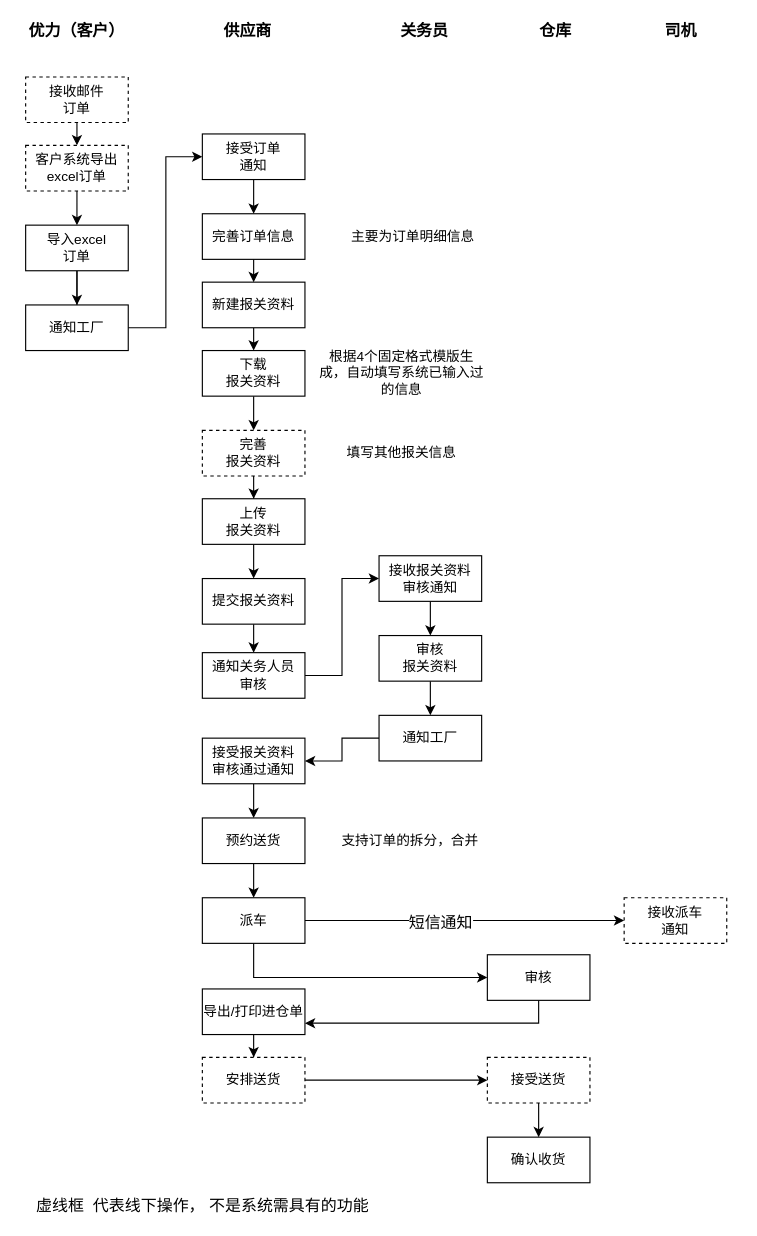
This is page "业务流程图" (1 of 8) of wbooking docs/进区预约系统.drawio from sxc-one/e-conitl, a draw.io file, before an edit. Source tidied: cells renumbered, new cells numbered last; positions are measured from the earlier drawing's top-left corner, leaving out a move shared by most shapes. Both pictures are drawn from the tidied source at 114%, with x=0, y=0 at pixel (19, 19).
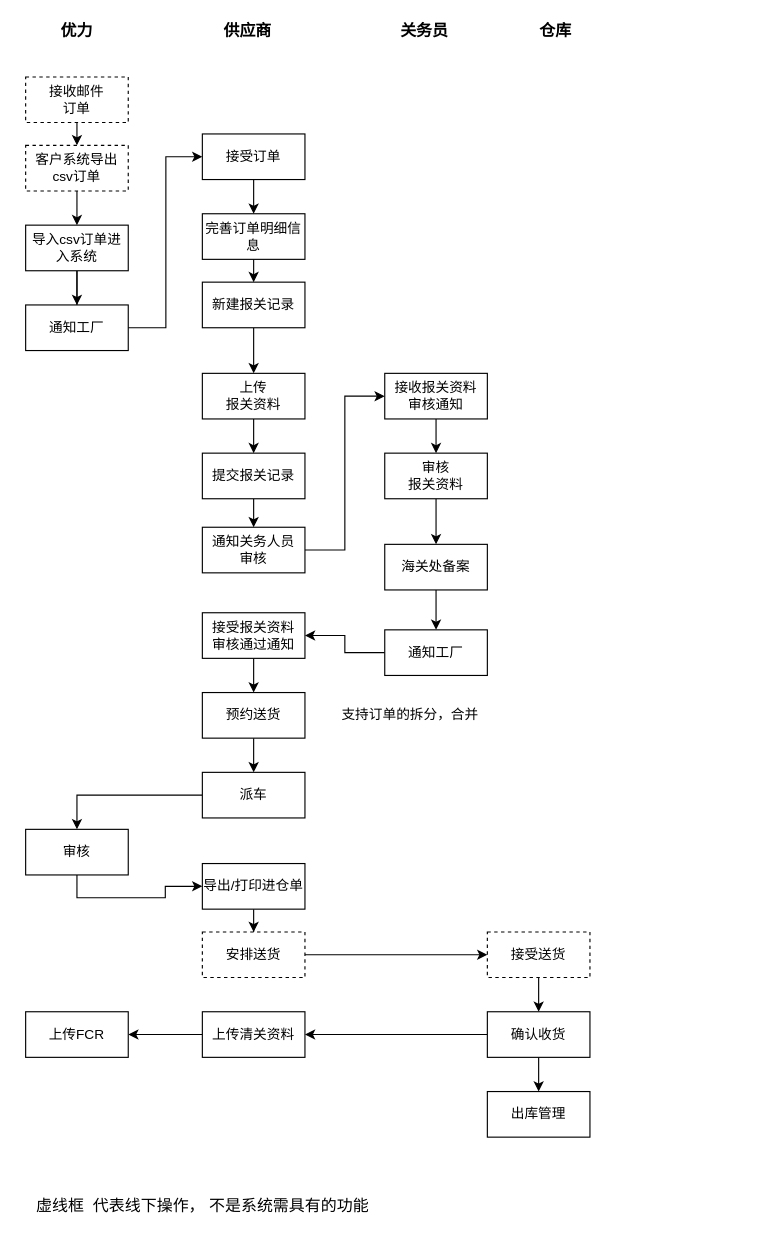
The same diagram, later.

Commit message:
Update 进区预约系统.drawio

Diff of the diagram source:
```diff
@@
-    <mxCell id="2" value="优力（客户）" style="text;html=1;strokeColor=none;fillColor=none;align=center;verticalAlign=middle;whiteSpace=wrap;rounded=0;fontSize=14;fontStyle=1;" parent="1" vertex="1">
+    <mxCell id="2" value="优力" style="text;html=1;strokeColor=none;fillColor=none;align=center;verticalAlign=middle;whiteSpace=wrap;rounded=0;fontSize=14;fontStyle=1;" parent="1" vertex="1">
       <mxGeometry width="100" height="20" as="geometry" />
     </mxCell>
@@
-    <mxCell id="8" value="客户系统导出&lt;br&gt;excel订单" style="rounded=0;whiteSpace=wrap;html=1;dashed=1;" parent="1" vertex="1">
+    <mxCell id="8" value="客户系统导出&lt;br&gt;csv订单" style="rounded=0;whiteSpace=wrap;html=1;dashed=1;" parent="1" vertex="1">
       <mxGeometry x="5" y="110" width="90" height="40" as="geometry" />
     </mxCell>
@@
-    <mxCell id="10" value="完善订单信息" style="rounded=0;whiteSpace=wrap;html=1;" parent="1" vertex="1">
+    <mxCell id="10" value="完善订单明细信息" style="rounded=0;whiteSpace=wrap;html=1;" parent="1" vertex="1">
       <mxGeometry x="160" y="170" width="90" height="40" as="geometry" />
     </mxCell>
-    <mxCell id="11" style="edgeStyle=orthogonalEdgeStyle;rounded=0;jettySize=auto;html=1;entryX=0.5;entryY=0;entryDx=0;entryDy=0;" parent="1" edge="1" source="12" target="14">
-      <mxGeometry relative="1" as="geometry" />
-    </mxCell>
-    <mxCell id="12" value="下载&lt;br&gt;报关资料" style="rounded=0;whiteSpace=wrap;html=1;" parent="1" vertex="1">
-      <mxGeometry x="160" y="290" width="90" height="40" as="geometry" />
-    </mxCell>
-    <mxCell id="13" style="edgeStyle=orthogonalEdgeStyle;rounded=0;jettySize=auto;html=1;entryX=0.5;entryY=0;entryDx=0;entryDy=0;" parent="1" edge="1" source="14" target="21">
-      <mxGeometry relative="1" as="geometry" />
-    </mxCell>
-    <mxCell id="14" value="完善&lt;br&gt;报关资料" style="rounded=0;whiteSpace=wrap;html=1;dashed=1;" parent="1" vertex="1">
-      <mxGeometry x="160" y="360" width="90" height="40" as="geometry" />
-    </mxCell>
@@
-    <mxCell id="17" value="导入excel&lt;br&gt;订单" style="rounded=0;whiteSpace=wrap;html=1;" parent="1" vertex="1">
+    <mxCell id="17" value="导入csv订单进入系统" style="rounded=0;whiteSpace=wrap;html=1;" parent="1" vertex="1">
       <mxGeometry x="5" y="180" width="90" height="40" as="geometry" />
     </mxCell>
@@
-    <mxCell id="19" value="接受订单&lt;br&gt;通知" style="rounded=0;whiteSpace=wrap;html=1;" parent="1" vertex="1">
+    <mxCell id="19" value="接受订单" style="rounded=0;whiteSpace=wrap;html=1;" parent="1" vertex="1">
       <mxGeometry x="160" y="100" width="90" height="40" as="geometry" />
     </mxCell>
@@
     <mxCell id="21" value="上传&lt;br&gt;报关资料" style="rounded=0;whiteSpace=wrap;html=1;" parent="1" vertex="1">
-      <mxGeometry x="160" y="420" width="90" height="40" as="geometry" />
+      <mxGeometry x="160" y="310" width="90" height="40" as="geometry" />
     </mxCell>
@@
-    <mxCell id="23" value="提交报关资料" style="rounded=0;whiteSpace=wrap;html=1;" parent="1" vertex="1">
-      <mxGeometry x="160" y="490" width="90" height="40" as="geometry" />
+    <mxCell id="23" value="提交报关记录" style="rounded=0;whiteSpace=wrap;html=1;" parent="1" vertex="1">
+      <mxGeometry x="160" y="380" width="90" height="40" as="geometry" />
     </mxCell>
@@
     <mxCell id="25" value="通知关务人员&lt;br&gt;审核" style="rounded=0;whiteSpace=wrap;html=1;" parent="1" vertex="1">
-      <mxGeometry x="160" y="555" width="90" height="40" as="geometry" />
+      <mxGeometry x="160" y="445" width="90" height="40" as="geometry" />
     </mxCell>
-    <mxCell id="26" style="edgeStyle=orthogonalEdgeStyle;rounded=0;jettySize=auto;html=1;" parent="1" edge="1" source="27">
-      <mxGeometry relative="1" as="geometry">
-        <mxPoint x="360" y="540" as="targetPoint" />
-      </mxGeometry>
-    </mxCell>
+    <mxCell id="60" style="edgeStyle=orthogonalEdgeStyle;rounded=0;jettySize=auto;html=1;exitX=0.5;exitY=1;exitDx=0;exitDy=0;entryX=0.5;entryY=0;entryDx=0;entryDy=0;" parent="1" edge="1" source="27" target="29">
+      <mxGeometry relative="1" as="geometry" />
+    </mxCell>
     <mxCell id="27" value="接收报关资料&lt;br&gt;审核通知" style="rounded=0;whiteSpace=wrap;html=1;" parent="1" vertex="1">
-      <mxGeometry x="315" y="470" width="90" height="40" as="geometry" />
+      <mxGeometry x="320" y="310" width="90" height="40" as="geometry" />
     </mxCell>
-    <mxCell id="28" style="edgeStyle=orthogonalEdgeStyle;rounded=0;jettySize=auto;html=1;entryX=0.5;entryY=0;entryDx=0;entryDy=0;" parent="1" edge="1" source="29" target="31">
-      <mxGeometry relative="1" as="geometry" />
-    </mxCell>
+    <mxCell id="61" style="edgeStyle=orthogonalEdgeStyle;rounded=0;jettySize=auto;html=1;exitX=0.5;exitY=1;exitDx=0;exitDy=0;entryX=0.5;entryY=0;entryDx=0;entryDy=0;" parent="1" edge="1" source="29" target="65">
+      <mxGeometry relative="1" as="geometry" />
+    </mxCell>
     <mxCell id="29" value="审核&lt;br&gt;报关资料" style="rounded=0;whiteSpace=wrap;html=1;" parent="1" vertex="1">
-      <mxGeometry x="315" y="540" width="90" height="40" as="geometry" />
+      <mxGeometry x="320" y="380" width="90" height="40" as="geometry" />
     </mxCell>
@@
     <mxCell id="31" value="通知工厂" style="rounded=0;whiteSpace=wrap;html=1;" parent="1" vertex="1">
-      <mxGeometry x="315" y="610" width="90" height="40" as="geometry" />
+      <mxGeometry x="320" y="535" width="90" height="40" as="geometry" />
     </mxCell>
@@
     <mxCell id="33" value="接受报关资料&lt;br&gt;审核通过通知" style="rounded=0;whiteSpace=wrap;html=1;" parent="1" vertex="1">
-      <mxGeometry x="160" y="630" width="90" height="40" as="geometry" />
+      <mxGeometry x="160" y="520" width="90" height="40" as="geometry" />
     </mxCell>
@@
     <mxCell id="35" value="预约送货" style="rounded=0;whiteSpace=wrap;html=1;" parent="1" vertex="1">
-      <mxGeometry x="160" y="700" width="90" height="40" as="geometry" />
+      <mxGeometry x="160" y="590" width="90" height="40" as="geometry" />
     </mxCell>
-    <mxCell id="36" style="edgeStyle=orthogonalEdgeStyle;rounded=0;jettySize=auto;html=1;entryX=0;entryY=0.5;entryDx=0;entryDy=0;fontSize=14;" parent="1" edge="1" source="39" target="51">
-      <mxGeometry relative="1" as="geometry" />
-    </mxCell>
-    <mxCell id="37" value="短信通知" style="edgeLabel;html=1;align=center;verticalAlign=middle;fontSize=14;" parent="36" vertex="1">
-      <mxGeometry x="-0.16" y="-1" relative="1" as="geometry" />
-    </mxCell>
-    <mxCell id="38" style="edgeStyle=orthogonalEdgeStyle;rounded=0;jettySize=auto;html=1;entryX=0;entryY=0.5;entryDx=0;entryDy=0;" parent="1" edge="1" source="39" target="54">
-      <mxGeometry relative="1" as="geometry">
-        <Array as="points">
-          <mxPoint x="205" y="840" />
-        </Array>
-      </mxGeometry>
+    <mxCell id="38" style="edgeStyle=orthogonalEdgeStyle;rounded=0;jettySize=auto;html=1;exitX=0;exitY=0.5;exitDx=0;exitDy=0;entryX=0.5;entryY=0;entryDx=0;entryDy=0;" parent="1" edge="1" source="39" target="54">
+      <mxGeometry relative="1" as="geometry" />
     </mxCell>
     <mxCell id="39" value="派车" style="rounded=0;whiteSpace=wrap;html=1;" parent="1" vertex="1">
-      <mxGeometry x="160" y="770" width="90" height="40" as="geometry" />
+      <mxGeometry x="160" y="660" width="90" height="40" as="geometry" />
     </mxCell>
@@
     <mxCell id="41" value="导出/打印进仓单" style="rounded=0;whiteSpace=wrap;html=1;" parent="1" vertex="1">
-      <mxGeometry x="160" y="850" width="90" height="40" as="geometry" />
+      <mxGeometry x="160" y="740" width="90" height="40" as="geometry" />
     </mxCell>
@@
     <mxCell id="44" value="安排送货" style="rounded=0;whiteSpace=wrap;html=1;dashed=1;" parent="1" vertex="1">
-      <mxGeometry x="160" y="910" width="90" height="40" as="geometry" />
+      <mxGeometry x="160" y="800" width="90" height="40" as="geometry" />
     </mxCell>
@@
     <mxCell id="46" value="接受送货" style="rounded=0;whiteSpace=wrap;html=1;dashed=1;" parent="1" vertex="1">
-      <mxGeometry x="410" y="910" width="90" height="40" as="geometry" />
+      <mxGeometry x="410" y="800" width="90" height="40" as="geometry" />
     </mxCell>
+    <mxCell id="62" style="edgeStyle=orthogonalEdgeStyle;rounded=0;jettySize=auto;html=1;exitX=0;exitY=0.5;exitDx=0;exitDy=0;" parent="1" edge="1" source="47">
+      <mxGeometry relative="1" as="geometry">
+        <mxPoint x="250" y="890" as="targetPoint" />
+      </mxGeometry>
+    </mxCell>
+    <mxCell id="63" style="edgeStyle=orthogonalEdgeStyle;rounded=0;jettySize=auto;html=1;exitX=0.5;exitY=1;exitDx=0;exitDy=0;" parent="1" edge="1" source="47">
+      <mxGeometry relative="1" as="geometry">
+        <mxPoint x="455" y="940" as="targetPoint" />
+      </mxGeometry>
+    </mxCell>
     <mxCell id="47" value="确认收货" style="rounded=0;whiteSpace=wrap;html=1;" parent="1" vertex="1">
-      <mxGeometry x="410" y="980" width="90" height="40" as="geometry" />
+      <mxGeometry x="410" y="870" width="90" height="40" as="geometry" />
     </mxCell>
-    <mxCell id="48" value="根据4个固定格式模版生成，自动填写系统已输入过的信息" style="text;html=1;strokeColor=none;fillColor=none;align=center;verticalAlign=middle;whiteSpace=wrap;rounded=0;" parent="1" vertex="1">
-      <mxGeometry x="260" y="300" width="150" height="20" as="geometry" />
-    </mxCell>
     <mxCell id="49" value="支持订单的拆分，合并" style="text;html=1;strokeColor=none;fillColor=none;align=center;verticalAlign=middle;whiteSpace=wrap;rounded=0;" parent="1" vertex="1">
-      <mxGeometry x="275" y="710" width="135" height="20" as="geometry" />
+      <mxGeometry x="275" y="600" width="135" height="20" as="geometry" />
     </mxCell>
-    <mxCell id="50" value="司机" style="text;html=1;strokeColor=none;fillColor=none;align=center;verticalAlign=middle;whiteSpace=wrap;rounded=0;fontSize=14;fontStyle=1;" parent="1" vertex="1">
-      <mxGeometry x="530" width="100" height="20" as="geometry" />
-    </mxCell>
-    <mxCell id="51" value="接收派车&lt;br&gt;通知" style="rounded=0;whiteSpace=wrap;html=1;dashed=1;" parent="1" vertex="1">
-      <mxGeometry x="530" y="770" width="90" height="40" as="geometry" />
-    </mxCell>
@@
-    <mxCell id="53" style="edgeStyle=orthogonalEdgeStyle;rounded=0;jettySize=auto;html=1;entryX=1;entryY=0.75;entryDx=0;entryDy=0;" parent="1" edge="1" source="54" target="41">
-      <mxGeometry relative="1" as="geometry">
-        <Array as="points">
-          <mxPoint x="455" y="880" />
-        </Array>
-      </mxGeometry>
+    <mxCell id="53" style="edgeStyle=orthogonalEdgeStyle;rounded=0;jettySize=auto;html=1;exitX=0.5;exitY=1;exitDx=0;exitDy=0;entryX=0;entryY=0.5;entryDx=0;entryDy=0;" parent="1" edge="1" source="54" target="41">
+      <mxGeometry relative="1" as="geometry" />
     </mxCell>
     <mxCell id="54" value="审核" style="rounded=0;whiteSpace=wrap;html=1;" parent="1" vertex="1">
-      <mxGeometry x="410" y="820" width="90" height="40" as="geometry" />
+      <mxGeometry x="5" y="710" width="90" height="40" as="geometry" />
     </mxCell>
-    <mxCell id="55" style="edgeStyle=orthogonalEdgeStyle;rounded=0;jettySize=auto;html=1;" parent="1" edge="1" source="56">
-      <mxGeometry relative="1" as="geometry">
-        <mxPoint x="205" y="290" as="targetPoint" />
-      </mxGeometry>
+    <mxCell id="55" style="edgeStyle=orthogonalEdgeStyle;rounded=0;jettySize=auto;html=1;entryX=0.5;entryY=0;entryDx=0;entryDy=0;" parent="1" edge="1" source="56" target="21">
+      <mxGeometry relative="1" as="geometry" />
     </mxCell>
-    <mxCell id="56" value="新建报关资料" style="rounded=0;whiteSpace=wrap;html=1;" parent="1" vertex="1">
+    <mxCell id="56" value="新建报关记录" style="rounded=0;whiteSpace=wrap;html=1;" parent="1" vertex="1">
       <mxGeometry x="160" y="230" width="90" height="40" as="geometry" />
     </mxCell>
-    <mxCell id="57" value="填写其他报关信息" style="text;html=1;strokeColor=none;fillColor=none;align=center;verticalAlign=middle;whiteSpace=wrap;rounded=0;" parent="1" vertex="1">
-      <mxGeometry x="260" y="370" width="150" height="20" as="geometry" />
-    </mxCell>
@@
-    <mxCell id="59" value="主要为订单明细信息" style="text;html=1;strokeColor=none;fillColor=none;align=center;verticalAlign=middle;whiteSpace=wrap;rounded=0;" parent="1" vertex="1">
-      <mxGeometry x="270" y="180" width="150" height="20" as="geometry" />
-    </mxCell>
+    <mxCell id="64" style="edgeStyle=orthogonalEdgeStyle;rounded=0;jettySize=auto;html=1;exitX=0.5;exitY=1;exitDx=0;exitDy=0;entryX=0.5;entryY=0;entryDx=0;entryDy=0;" parent="1" edge="1" source="65" target="31">
+      <mxGeometry relative="1" as="geometry" />
+    </mxCell>
+    <mxCell id="65" value="海关处备案" style="rounded=0;whiteSpace=wrap;html=1;" parent="1" vertex="1">
+      <mxGeometry x="320" y="460" width="90" height="40" as="geometry" />
+    </mxCell>
+    <mxCell id="66" style="edgeStyle=orthogonalEdgeStyle;rounded=0;jettySize=auto;html=1;exitX=0;exitY=0.5;exitDx=0;exitDy=0;entryX=1;entryY=0.5;entryDx=0;entryDy=0;" parent="1" edge="1" source="67" target="68">
+      <mxGeometry relative="1" as="geometry" />
+    </mxCell>
+    <mxCell id="67" value="上传清关资料" style="rounded=0;whiteSpace=wrap;html=1;" parent="1" vertex="1">
+      <mxGeometry x="160" y="870" width="90" height="40" as="geometry" />
+    </mxCell>
+    <mxCell id="68" value="上传FCR" style="rounded=0;whiteSpace=wrap;html=1;" parent="1" vertex="1">
+      <mxGeometry x="5" y="870" width="90" height="40" as="geometry" />
+    </mxCell>
+    <mxCell id="69" value="出库管理" style="rounded=0;whiteSpace=wrap;html=1;" parent="1" vertex="1">
+      <mxGeometry x="410" y="940" width="90" height="40" as="geometry" />
+    </mxCell>
```
